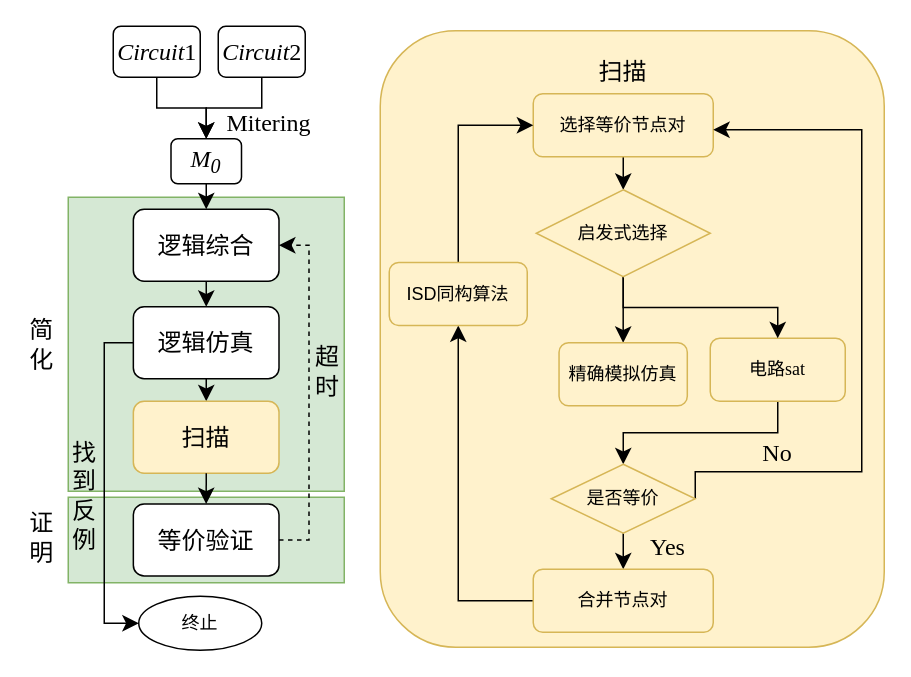
hyw-num/alg keeps this draw.io diagram as sweeping.drawio. Above is the earlier version. Source tidied: cells renumbered, new cells numbered last; positions are measured from the earlier drawing's top-left corner, leaving out a move shared by most shapes. Both pictures are drawn from the tidied source at 150%, with x=0, y=0 at pixel (26, 26).
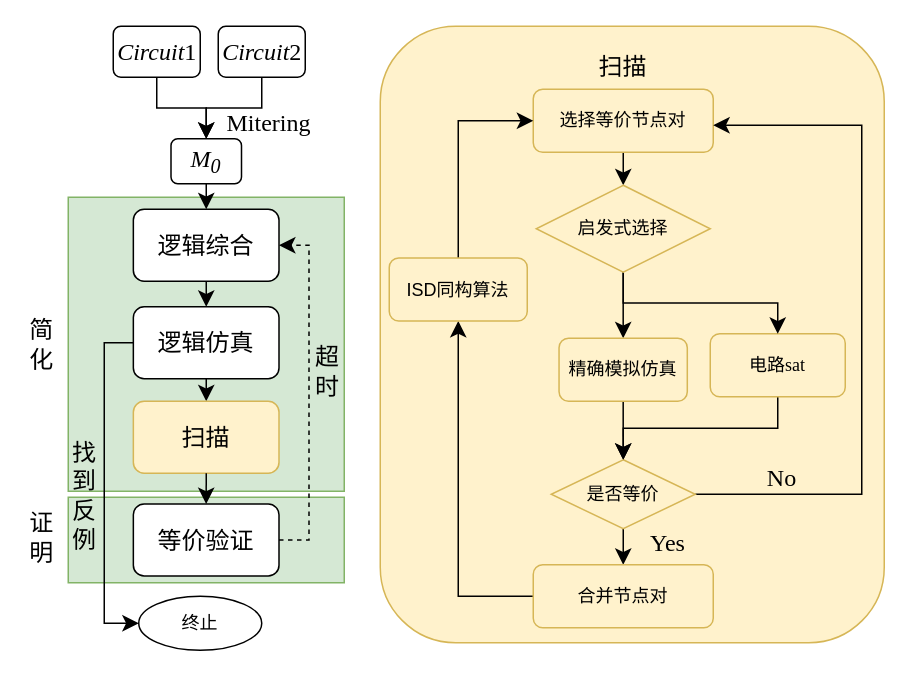
Above is the later version.

What changed in the source:
```diff
@@
     <mxCell id="31" style="rounded=1;whiteSpace=wrap;html=1;fillColor=#fff2cc;strokeColor=#d6b656;fontFamily=宋体;" parent="1" vertex="1">
-      <mxGeometry x="236" y="3" width="336" height="411" as="geometry" />
+      <mxGeometry x="236" width="336" height="411" as="geometry" />
     </mxCell>
     <mxCell id="32" value="&lt;font&gt;扫描&lt;/font&gt;" style="text;html=1;align=center;verticalAlign=middle;whiteSpace=wrap;rounded=0;fontSize=16;fontFamily=宋体;" parent="1" vertex="1">
-      <mxGeometry x="368" y="15" width="60" height="30" as="geometry" />
+      <mxGeometry x="368" y="12" width="60" height="30" as="geometry" />
     </mxCell>
@@
     <mxCell id="37" value="&lt;font&gt;选择等价节点对&lt;/font&gt;" style="rounded=1;whiteSpace=wrap;html=1;fillColor=#fff2cc;strokeColor=#d6b656;fontFamily=宋体;" parent="1" vertex="1">
-      <mxGeometry x="338" y="45" width="120" height="42" as="geometry" />
+      <mxGeometry x="338" y="42" width="120" height="42" as="geometry" />
     </mxCell>
@@
     <mxCell id="39" value="&lt;font&gt;电路&lt;font face=&quot;Times New Roman&quot;&gt;sat&lt;/font&gt;&lt;/font&gt;" style="rounded=1;whiteSpace=wrap;html=1;fillColor=#fff2cc;strokeColor=#d6b656;fontFamily=宋体;" parent="1" vertex="1">
-      <mxGeometry x="456" y="208" width="90" height="42" as="geometry" />
+      <mxGeometry x="456" y="205" width="90" height="42" as="geometry" />
     </mxCell>
     <mxCell id="40" style="edgeStyle=orthogonalEdgeStyle;rounded=0;jettySize=auto;html=1;exitX=1;exitY=0.5;exitDx=0;exitDy=0;fontSize=12;startSize=8;endSize=8;fontFamily=宋体;" parent="1" edge="1" source="42">
       <mxGeometry relative="1" as="geometry">
-        <mxPoint x="458" y="69" as="targetPoint" />
+        <mxPoint x="458" y="66" as="targetPoint" />
         <Array as="points">
-          <mxPoint x="446" y="297" />
-          <mxPoint x="557" y="297" />
-          <mxPoint x="557" y="69" />
+          <mxPoint x="557" y="312" />
+          <mxPoint x="557" y="66" />
         </Array>
       </mxGeometry>
     </mxCell>
@@
     <mxCell id="42" value="是否等价" style="rhombus;whiteSpace=wrap;html=1;fillColor=#fff2cc;strokeColor=#d6b656;fontFamily=宋体;" parent="1" vertex="1">
-      <mxGeometry x="350" y="292" width="96" height="46" as="geometry" />
+      <mxGeometry x="350" y="289" width="96" height="46" as="geometry" />
     </mxCell>
@@
     <mxCell id="44" value="&lt;font&gt;合并节点对&lt;/font&gt;" style="rounded=1;whiteSpace=wrap;html=1;fillColor=#fff2cc;strokeColor=#d6b656;fontFamily=宋体;" parent="1" vertex="1">
-      <mxGeometry x="338" y="362" width="120" height="42" as="geometry" />
+      <mxGeometry x="338" y="359" width="120" height="42" as="geometry" />
     </mxCell>
     <mxCell id="45" value="Yes" style="text;html=1;align=center;verticalAlign=middle;whiteSpace=wrap;rounded=0;fontSize=16;fontFamily=Times New Roman;" parent="1" vertex="1">
-      <mxGeometry x="398" y="332" width="60" height="30" as="geometry" />
+      <mxGeometry x="398" y="329" width="60" height="30" as="geometry" />
     </mxCell>
     <mxCell id="46" value="No" style="text;html=1;align=center;verticalAlign=middle;whiteSpace=wrap;rounded=0;fontSize=16;fontFamily=Times New Roman;" parent="1" vertex="1">
-      <mxGeometry x="471" y="269" width="60" height="30" as="geometry" />
+      <mxGeometry x="474" y="285.5" width="60" height="30" as="geometry" />
     </mxCell>
@@
     <mxCell id="48" value="ISD同构算法" style="rounded=1;whiteSpace=wrap;html=1;fillColor=#fff2cc;strokeColor=#d6b656;fontFamily=宋体;" parent="1" vertex="1">
-      <mxGeometry x="242" y="157.5" width="92" height="42" as="geometry" />
+      <mxGeometry x="242" y="154.5" width="92" height="42" as="geometry" />
     </mxCell>
@@
     <mxCell id="51" value="&lt;font face=&quot;宋体&quot;&gt;启发式选择&lt;/font&gt;" style="rhombus;whiteSpace=wrap;html=1;fillColor=#fff2cc;strokeColor=#d6b656;" parent="1" vertex="1">
-      <mxGeometry x="340" y="109" width="116" height="58" as="geometry" />
+      <mxGeometry x="340" y="106" width="116" height="58" as="geometry" />
     </mxCell>
+    <mxCell id="53" style="edgeStyle=none;curved=1;rounded=0;jettySize=auto;html=1;exitX=0.5;exitY=1;exitDx=0;exitDy=0;entryX=0.5;entryY=0;entryDx=0;entryDy=0;fontSize=12;startSize=8;endSize=8;" parent="1" edge="1" source="52" target="42">
+      <mxGeometry relative="1" as="geometry" />
+    </mxCell>
     <mxCell id="52" value="精确模拟仿真" style="rounded=1;whiteSpace=wrap;html=1;fillColor=#fff2cc;strokeColor=#d6b656;fontFamily=宋体;" parent="1" vertex="1">
-      <mxGeometry x="355.2" y="211" width="85.5" height="42" as="geometry" />
+      <mxGeometry x="355.2" y="208" width="85.5" height="42" as="geometry" />
     </mxCell>
```
